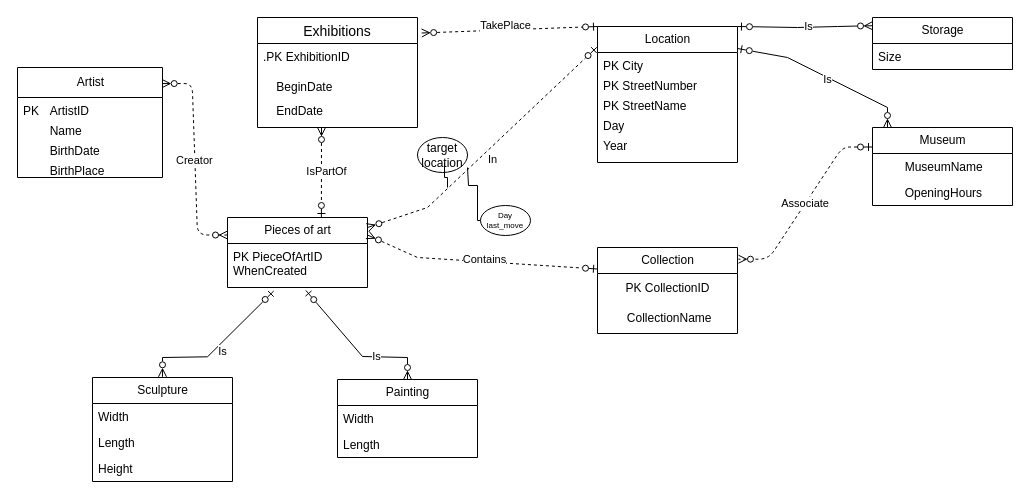
Before: crowsFoot.drawio in KhalyHackerman/databases_p1, a draw.io diagram. Source tidied: cells renumbered, new cells numbered last; positions are measured from the earlier drawing's top-left corner, leaving out a move shared by most shapes. Both pictures are drawn from the tidied source at 100%, with x=0, y=0 at pixel (17, 17).
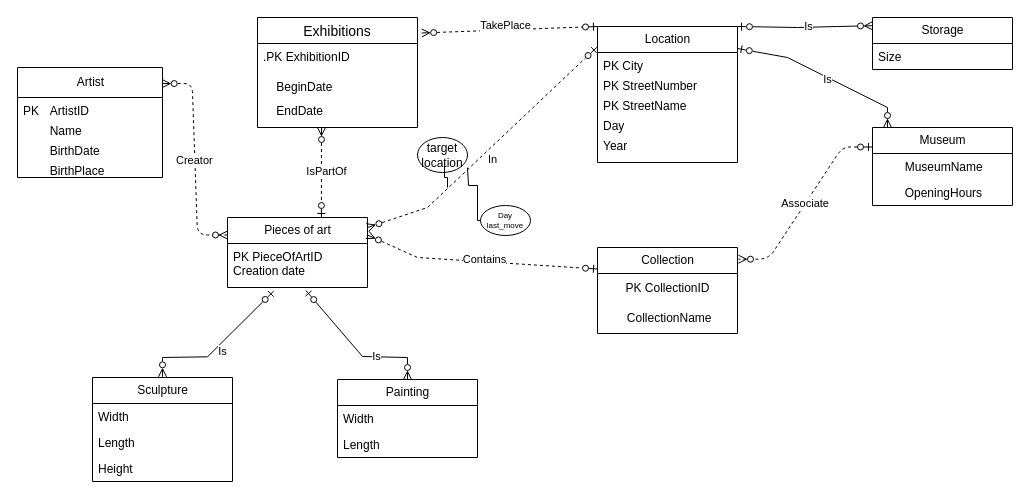
The same page after the edit.

Commit message:
Mettre à jour crowsFoot.drawio

The change refers to these unchanged cells:
```xml
<mxCell id="7" value="Pieces of art" style="swimlane;fontStyle=0;horizontal=1;startSize=26;fillColor=none;html=1;" parent="1" vertex="1">
  <mxGeometry x="210" y="200" width="140" height="70" as="geometry" />
</mxCell>
```

Change to the diagram source:
```diff
@@
-    <mxCell id="8" value="&lt;div&gt;PK PieceOfArtID&lt;/div&gt;WhenCreated" style="text;strokeColor=none;fillColor=none;align=left;verticalAlign=top;spacingLeft=4;spacingRight=4;overflow=hidden;points=[[0,0.5],[1,0.5]];portConstraint=eastwest;whiteSpace=wrap;html=1;" parent="7" vertex="1">
+    <mxCell id="8" value="&lt;div&gt;PK PieceOfArtID&lt;/div&gt;&lt;span style=&quot;text-align: center;&quot;&gt;Creation date&lt;/span&gt;" style="text;strokeColor=none;fillColor=none;align=left;verticalAlign=top;spacingLeft=4;spacingRight=4;overflow=hidden;points=[[0,0.5],[1,0.5]];portConstraint=eastwest;whiteSpace=wrap;html=1;" parent="7" vertex="1">
       <mxGeometry y="26" width="140" height="44" as="geometry" />
     </mxCell>
```
